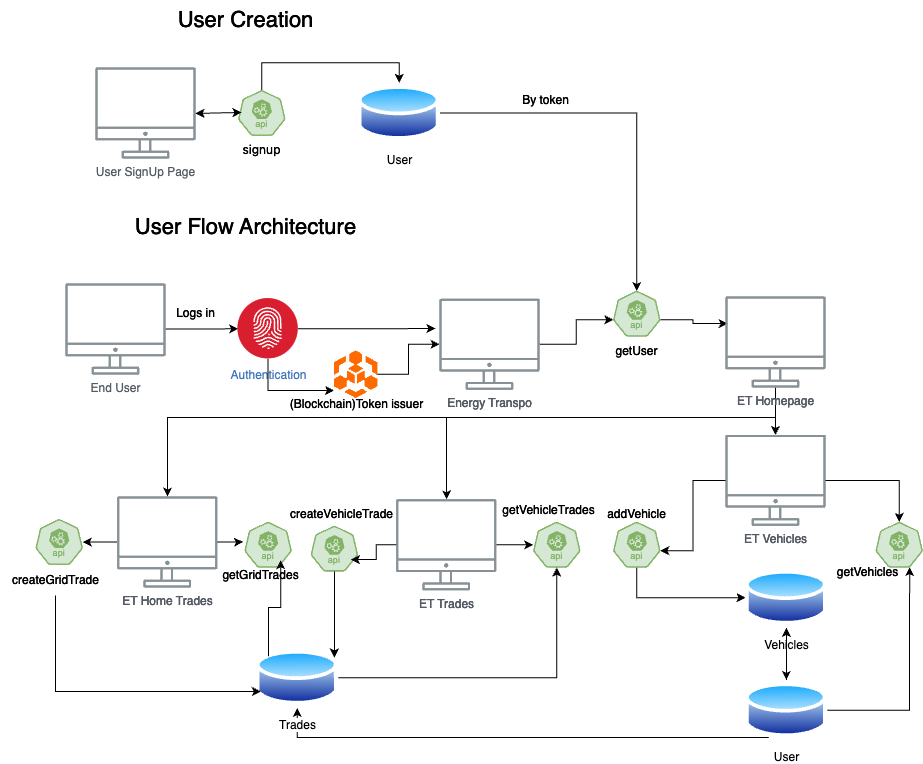
This is Energy Transpo-Page-1.drawio.png from Uday003/ejtos-react_budget_app, a draw.io export, as it was before one commit. Source tidied: cells renumbered, new cells last; positions are measured from the earlier drawing's top-left corner, leaving out a move shared by most shapes.
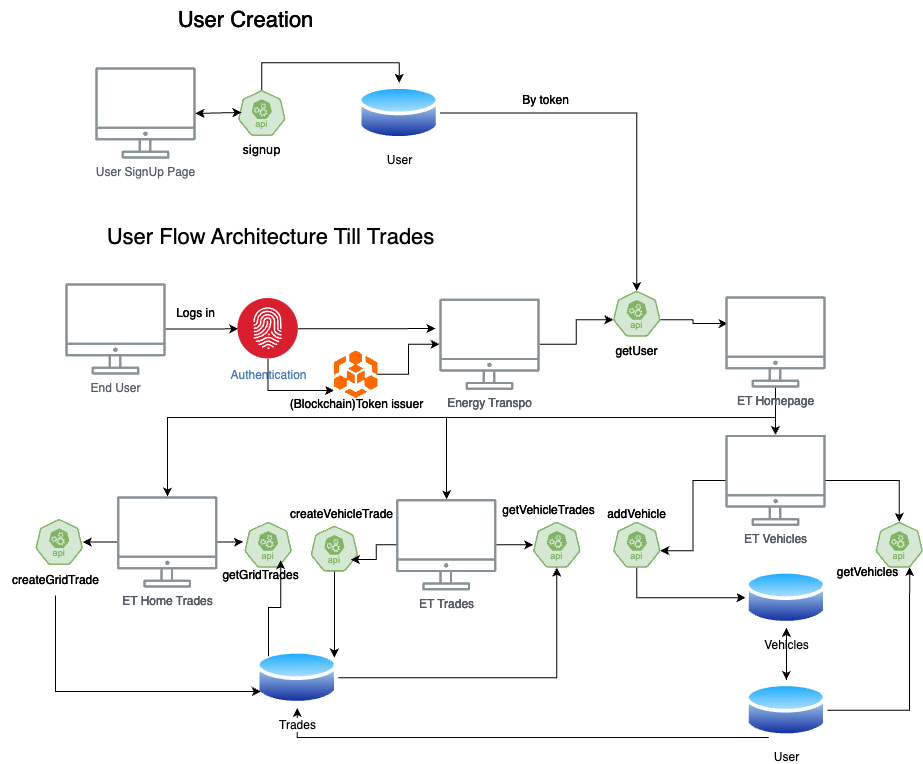
The same file after the commit.

Diff of the diagram source:
```diff
@@ -26,9 +26,6 @@
     <mxCell id="8" value="User" style="image;perimeter=ellipsePerimeter;html=1;align=center;shadow=0;dashed=0;spacingTop=3;image=img/lib/active_directory/database.svg;" parent="1" vertex="1">
       <mxGeometry x="357.8" y="82.2" width="81.8" height="60.5" as="geometry" />
     </mxCell>
-    <mxCell id="9" value="&lt;font style=&quot;font-size: 22px;&quot;&gt;User Flow Architecture&lt;/font&gt;" style="text;html=1;align=center;verticalAlign=middle;strokeColor=none;fillColor=none;" parent="1" vertex="1">
-      <mxGeometry x="125" y="207" width="240" height="40" as="geometry" />
-    </mxCell>
     <mxCell id="10" style="edgeStyle=orthogonalEdgeStyle;rounded=0;jettySize=auto;html=1;entryX=0;entryY=0.5;entryDx=0;entryDy=0;" parent="1" edge="1" source="11" target="13">
       <mxGeometry relative="1" as="geometry" />
     </mxCell>
@@ -232,9 +229,6 @@
     <mxCell id="69" value="User" style="image;perimeter=ellipsePerimeter;html=1;align=center;shadow=0;dashed=0;spacingTop=3;image=img/lib/active_directory/database.svg;" parent="1" vertex="1">
       <mxGeometry x="357.8" y="82.2" width="81.8" height="60.5" as="geometry" />
     </mxCell>
-    <mxCell id="70" value="&lt;font style=&quot;font-size: 22px;&quot;&gt;User Flow Architecture&lt;/font&gt;" style="text;html=1;align=center;verticalAlign=middle;strokeColor=none;fillColor=none;" parent="1" vertex="1">
-      <mxGeometry x="125" y="207" width="240" height="40" as="geometry" />
-    </mxCell>
     <mxCell id="71" style="edgeStyle=orthogonalEdgeStyle;rounded=0;jettySize=auto;html=1;entryX=0;entryY=0.5;entryDx=0;entryDy=0;" parent="1" edge="1" source="72" target="74">
       <mxGeometry relative="1" as="geometry" />
     </mxCell>
@@ -414,5 +408,8 @@
     <mxCell id="123" value="getGridTrades" style="text;html=1;align=center;verticalAlign=middle;strokeColor=none;fillColor=none;" parent="1" vertex="1">
       <mxGeometry x="210.2" y="559.8" width="100" height="30" as="geometry" />
     </mxCell>
+    <mxCell id="124" value="&lt;span style=&quot;font-size: 22px;&quot;&gt;User Flow Architecture Till Trades&lt;/span&gt;" style="text;html=1;align=center;verticalAlign=middle;strokeColor=none;fillColor=none;" parent="1" vertex="1">
+      <mxGeometry x="95" y="217" width="350" height="40" as="geometry" />
+    </mxCell>
   </root>
 </mxGraphModel>
```
